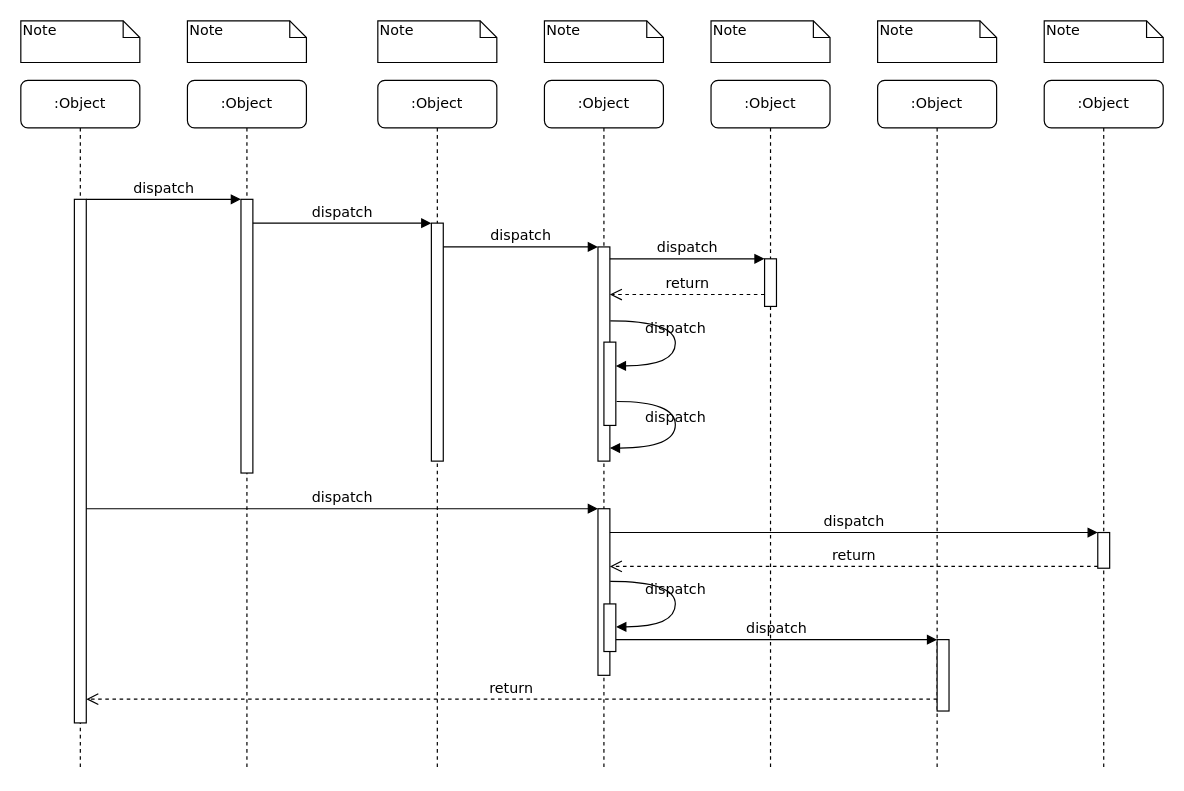
Earlier version of the draw.io diagram Untitled Diagram.drawio (airaasyahira98/project1). Source tidied: cells renumbered, new cells numbered last; positions are measured from the earlier drawing's top-left corner, leaving out a move shared by most shapes. Both pictures are drawn from the tidied source at 119%, with x=0, y=0 at pixel (20, 20).
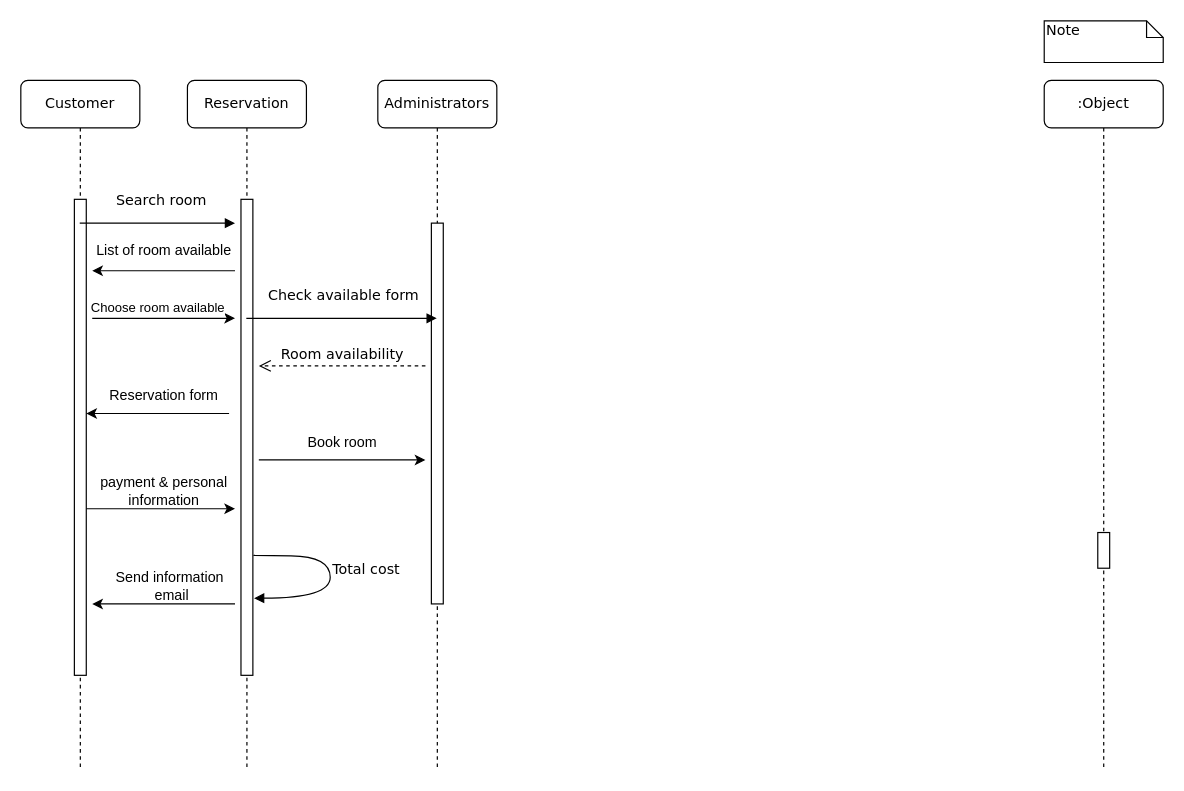
The same page after the edit.

Unchanged cells that the change refers to:
```xml
<mxCell id="19" style="html=1;points=[];perimeter=orthogonalPerimeter;rounded=0;shadow=0;comic=0;labelBackgroundColor=none;strokeColor=#000000;strokeWidth=1;fillColor=#FFFFFF;fontFamily=Verdana;fontSize=12;fontColor=#000000;align=center;" parent="1" vertex="1">
  <mxGeometry x="905" y="430" width="10" height="30" as="geometry" />
</mxCell>
```

Diff of the diagram source:
```diff
@@
-    <mxCell id="2" value=":Object" style="shape=umlLifeline;perimeter=lifelinePerimeter;whiteSpace=wrap;html=1;outlineConnect=0;rounded=1;shadow=0;comic=0;labelBackgroundColor=none;strokeWidth=1;fontFamily=Verdana;fontSize=12;align=center;" parent="1" vertex="1">
+    <mxCell id="2" value="Reservation" style="shape=umlLifeline;perimeter=lifelinePerimeter;whiteSpace=wrap;html=1;outlineConnect=0;rounded=1;shadow=0;comic=0;labelBackgroundColor=none;strokeWidth=1;fontFamily=Verdana;fontSize=12;align=center;" parent="1" vertex="1">
       <mxGeometry x="140" y="50" width="100" height="580" as="geometry" />
     </mxCell>
     <mxCell id="3" style="html=1;points=[];perimeter=orthogonalPerimeter;rounded=0;shadow=0;comic=0;labelBackgroundColor=none;strokeWidth=1;fontFamily=Verdana;fontSize=12;align=center;" parent="2" vertex="1">
-      <mxGeometry x="45" y="100" width="10" height="230" as="geometry" />
+      <mxGeometry x="45" y="100" width="10" height="400" as="geometry" />
     </mxCell>
+    <mxCell id="28" value="Total cost" style="html=1;verticalAlign=bottom;endArrow=block;labelBackgroundColor=none;fontFamily=Verdana;fontSize=12;elbow=vertical;edgeStyle=orthogonalEdgeStyle;curved=1;entryX=1.1;entryY=0.838;entryDx=0;entryDy=0;entryPerimeter=0;exitX=1.1;exitY=0.748;exitDx=0;exitDy=0;exitPerimeter=0;" parent="2" edge="1" source="3" target="3">
+      <mxGeometry x="0.05" y="30" relative="1" as="geometry">
+        <Array as="points">
+          <mxPoint x="54" y="399" />
+          <mxPoint x="120" y="400" />
+          <mxPoint x="120" y="435" />
+        </Array>
+      </mxGeometry>
+    </mxCell>
-    <mxCell id="4" value=":Object" style="shape=umlLifeline;perimeter=lifelinePerimeter;whiteSpace=wrap;html=1;outlineConnect=0;rounded=1;shadow=0;comic=0;labelBackgroundColor=none;strokeWidth=1;fontFamily=Verdana;fontSize=12;align=center;" parent="1" vertex="1">
+    <mxCell id="4" value="Administrators" style="shape=umlLifeline;perimeter=lifelinePerimeter;whiteSpace=wrap;html=1;outlineConnect=0;rounded=1;shadow=0;comic=0;labelBackgroundColor=none;strokeWidth=1;fontFamily=Verdana;fontSize=12;align=center;" parent="1" vertex="1">
       <mxGeometry x="300" y="50" width="100" height="580" as="geometry" />
     </mxCell>
     <mxCell id="5" style="html=1;points=[];perimeter=orthogonalPerimeter;rounded=0;shadow=0;comic=0;labelBackgroundColor=none;strokeWidth=1;fontFamily=Verdana;fontSize=12;align=center;" parent="4" vertex="1">
-      <mxGeometry x="45" y="120" width="10" height="200" as="geometry" />
+      <mxGeometry x="45" y="120" width="10" height="320" as="geometry" />
     </mxCell>
-    <mxCell id="6" value=":Object" style="shape=umlLifeline;perimeter=lifelinePerimeter;whiteSpace=wrap;html=1;rounded=1;shadow=0;comic=0;labelBackgroundColor=none;strokeWidth=1;fontFamily=Verdana;fontSize=12;align=center;" parent="1" vertex="1">
-      <mxGeometry x="440" y="50" width="100" height="580" as="geometry" />
-    </mxCell>
-    <mxCell id="7" value=":Object" style="shape=umlLifeline;perimeter=lifelinePerimeter;whiteSpace=wrap;html=1;rounded=1;shadow=0;comic=0;labelBackgroundColor=none;strokeWidth=1;fontFamily=Verdana;fontSize=12;align=center;" parent="1" vertex="1">
-      <mxGeometry x="580" y="50" width="100" height="580" as="geometry" />
-    </mxCell>
-    <mxCell id="8" value=":Object" style="shape=umlLifeline;perimeter=lifelinePerimeter;whiteSpace=wrap;html=1;rounded=1;shadow=0;comic=0;labelBackgroundColor=none;strokeWidth=1;fontFamily=Verdana;fontSize=12;align=center;" parent="1" vertex="1">
-      <mxGeometry x="720" y="50" width="100" height="580" as="geometry" />
-    </mxCell>
+    <mxCell id="39" style="edgeStyle=none;orthogonalLoop=1;jettySize=auto;html=1;rounded=0;" parent="4" edge="1">
+      <mxGeometry relative="1" as="geometry">
+        <mxPoint x="-100" y="319" as="sourcePoint" />
+        <mxPoint x="40" y="319" as="targetPoint" />
+      </mxGeometry>
+    </mxCell>
@@
-    <mxCell id="10" value=":Object" style="shape=umlLifeline;perimeter=lifelinePerimeter;whiteSpace=wrap;html=1;outlineConnect=0;rounded=1;shadow=0;comic=0;labelBackgroundColor=none;strokeWidth=1;fontFamily=Verdana;fontSize=12;align=center;" parent="1" vertex="1">
+    <mxCell id="10" value="Customer" style="shape=umlLifeline;perimeter=lifelinePerimeter;whiteSpace=wrap;html=1;outlineConnect=0;rounded=1;shadow=0;comic=0;labelBackgroundColor=none;strokeWidth=1;fontFamily=Verdana;fontSize=12;align=center;" parent="1" vertex="1">
       <mxGeometry y="50" width="100" height="580" as="geometry" />
     </mxCell>
     <mxCell id="11" style="html=1;points=[];perimeter=orthogonalPerimeter;rounded=0;shadow=0;comic=0;labelBackgroundColor=none;strokeWidth=1;fontFamily=Verdana;fontSize=12;align=center;" parent="10" vertex="1">
-      <mxGeometry x="45" y="100" width="10" height="440" as="geometry" />
+      <mxGeometry x="45" y="100" width="10" height="400" as="geometry" />
     </mxCell>
-    <mxCell id="12" style="html=1;points=[];perimeter=orthogonalPerimeter;rounded=0;shadow=0;comic=0;labelBackgroundColor=none;strokeWidth=1;fontFamily=Verdana;fontSize=12;align=center;" parent="1" vertex="1">
-      <mxGeometry x="485" y="190" width="10" height="180" as="geometry" />
-    </mxCell>
-    <mxCell id="13" value="dispatch" style="html=1;verticalAlign=bottom;endArrow=block;labelBackgroundColor=none;fontFamily=Verdana;fontSize=12;edgeStyle=elbowEdgeStyle;elbow=vertical;" parent="1" edge="1" source="5" target="12">
-      <mxGeometry relative="1" as="geometry">
-        <Array as="points">
-          <mxPoint x="360" y="190" />
-        </Array>
-      </mxGeometry>
-    </mxCell>
-    <mxCell id="14" style="html=1;points=[];perimeter=orthogonalPerimeter;rounded=0;shadow=0;comic=0;labelBackgroundColor=none;strokeWidth=1;fontFamily=Verdana;fontSize=12;align=center;" parent="1" vertex="1">
-      <mxGeometry x="625" y="200" width="10" height="40" as="geometry" />
-    </mxCell>
-    <mxCell id="15" value="dispatch" style="html=1;verticalAlign=bottom;endArrow=block;entryX=0;entryY=0;labelBackgroundColor=none;fontFamily=Verdana;fontSize=12;edgeStyle=elbowEdgeStyle;elbow=vertical;" parent="1" edge="1" source="12" target="14">
-      <mxGeometry relative="1" as="geometry" />
-    </mxCell>
-    <mxCell id="16" value="return" style="html=1;verticalAlign=bottom;endArrow=open;dashed=1;endSize=8;labelBackgroundColor=none;fontFamily=Verdana;fontSize=12;edgeStyle=elbowEdgeStyle;elbow=vertical;" parent="1" edge="1" source="14" target="12">
+    <mxCell id="16" value="Room availability" style="html=1;verticalAlign=bottom;endArrow=open;dashed=1;endSize=8;labelBackgroundColor=none;fontFamily=Verdana;fontSize=12;edgeStyle=elbowEdgeStyle;elbow=vertical;" parent="1" edge="1">
       <mxGeometry relative="1" as="geometry">
+        <mxPoint x="340" y="290" as="sourcePoint" />
+        <mxPoint x="200" y="290" as="targetPoint" />
         <Array as="points">
-          <mxPoint x="570" y="230" />
-          <mxPoint x="600" y="230" />
+          <mxPoint x="280" y="290" />
+          <mxPoint x="310" y="290" />
         </Array>
       </mxGeometry>
     </mxCell>
-    <mxCell id="17" style="html=1;points=[];perimeter=orthogonalPerimeter;rounded=0;shadow=0;comic=0;labelBackgroundColor=none;strokeWidth=1;fontFamily=Verdana;fontSize=12;align=center;" parent="1" vertex="1">
-      <mxGeometry x="485" y="410" width="10" height="140" as="geometry" />
-    </mxCell>
-    <mxCell id="18" value="dispatch" style="html=1;verticalAlign=bottom;endArrow=block;entryX=0;entryY=0;labelBackgroundColor=none;fontFamily=Verdana;fontSize=12;" parent="1" edge="1" source="11" target="17">
-      <mxGeometry relative="1" as="geometry" />
-    </mxCell>
@@
-    <mxCell id="20" value="dispatch" style="html=1;verticalAlign=bottom;endArrow=block;entryX=0;entryY=0;labelBackgroundColor=none;fontFamily=Verdana;fontSize=12;" parent="1" edge="1" source="17" target="19">
-      <mxGeometry relative="1" as="geometry" />
-    </mxCell>
-    <mxCell id="21" value="return" style="html=1;verticalAlign=bottom;endArrow=open;dashed=1;endSize=8;exitX=0;exitY=0.95;labelBackgroundColor=none;fontFamily=Verdana;fontSize=12;" parent="1" edge="1" source="19" target="17">
-      <mxGeometry relative="1" as="geometry" />
-    </mxCell>
-    <mxCell id="22" style="html=1;points=[];perimeter=orthogonalPerimeter;rounded=0;shadow=0;comic=0;labelBackgroundColor=none;strokeWidth=1;fontFamily=Verdana;fontSize=12;align=center;" parent="1" vertex="1">
-      <mxGeometry x="770" y="520" width="10" height="60" as="geometry" />
-    </mxCell>
-    <mxCell id="23" value="dispatch" style="html=1;verticalAlign=bottom;endArrow=block;entryX=0;entryY=0;labelBackgroundColor=none;fontFamily=Verdana;fontSize=12;edgeStyle=elbowEdgeStyle;elbow=vertical;" parent="1" edge="1" source="30" target="22">
-      <mxGeometry relative="1" as="geometry" />
-    </mxCell>
-    <mxCell id="24" value="return" style="html=1;verticalAlign=bottom;endArrow=open;dashed=1;endSize=8;labelBackgroundColor=none;fontFamily=Verdana;fontSize=12;edgeStyle=elbowEdgeStyle;elbow=vertical;" parent="1" edge="1" source="22" target="11">
-      <mxGeometry relative="1" as="geometry">
-        <Array as="points">
-          <mxPoint x="470" y="570" />
-        </Array>
-      </mxGeometry>
-    </mxCell>
-    <mxCell id="25" value="dispatch" style="html=1;verticalAlign=bottom;endArrow=block;entryX=0;entryY=0;labelBackgroundColor=none;fontFamily=Verdana;fontSize=12;edgeStyle=elbowEdgeStyle;elbow=vertical;" parent="1" edge="1" source="11" target="3">
-      <mxGeometry relative="1" as="geometry" />
+    <mxCell id="25" value="Search room" style="html=1;verticalAlign=bottom;endArrow=block;labelBackgroundColor=none;fontFamily=Verdana;fontSize=12;edgeStyle=elbowEdgeStyle;elbow=vertical;" parent="1" edge="1" source="10">
+      <mxGeometry x="0.04" y="10" relative="1" as="geometry">
+        <mxPoint x="180" y="170" as="targetPoint" />
+        <Array as="points">
+          <mxPoint x="120" y="170" />
+        </Array>
+      </mxGeometry>
     </mxCell>
-    <mxCell id="26" value="dispatch" style="html=1;verticalAlign=bottom;endArrow=block;entryX=0;entryY=0;labelBackgroundColor=none;fontFamily=Verdana;fontSize=12;edgeStyle=elbowEdgeStyle;elbow=vertical;" parent="1" edge="1" source="3" target="5">
-      <mxGeometry relative="1" as="geometry" />
+    <mxCell id="26" value="Check available form" style="html=1;verticalAlign=bottom;endArrow=block;labelBackgroundColor=none;fontFamily=Verdana;fontSize=12;edgeStyle=elbowEdgeStyle;elbow=vertical;" parent="1" edge="1" source="2" target="4">
+      <mxGeometry x="0.01" y="10" relative="1" as="geometry">
+        <Array as="points">
+          <mxPoint x="250" y="250" />
+          <mxPoint x="280" y="210" />
+          <mxPoint x="210" y="210" />
+          <mxPoint x="270" y="210" />
+        </Array>
+      </mxGeometry>
     </mxCell>
-    <mxCell id="27" style="html=1;points=[];perimeter=orthogonalPerimeter;rounded=0;shadow=0;comic=0;labelBackgroundColor=none;strokeWidth=1;fontFamily=Verdana;fontSize=12;align=center;" parent="1" vertex="1">
-      <mxGeometry x="490" y="270" width="10" height="70" as="geometry" />
-    </mxCell>
-    <mxCell id="28" value="dispatch" style="html=1;verticalAlign=bottom;endArrow=block;labelBackgroundColor=none;fontFamily=Verdana;fontSize=12;elbow=vertical;edgeStyle=orthogonalEdgeStyle;curved=1;entryX=1;entryY=0.286;entryPerimeter=0;exitX=1.038;exitY=0.345;exitPerimeter=0;" parent="1" edge="1" source="12" target="27">
-      <mxGeometry relative="1" as="geometry">
-        <Array as="points">
-          <mxPoint x="550" y="252" />
-          <mxPoint x="550" y="290" />
-        </Array>
-      </mxGeometry>
-    </mxCell>
-    <mxCell id="29" value="dispatch" style="html=1;verticalAlign=bottom;endArrow=block;labelBackgroundColor=none;fontFamily=Verdana;fontSize=12;elbow=vertical;edgeStyle=orthogonalEdgeStyle;curved=1;exitX=1.066;exitY=0.713;exitPerimeter=0;" parent="1" edge="1" source="27">
-      <mxGeometry relative="1" as="geometry">
-        <mxPoint x="495" y="359" as="targetPoint" />
-        <Array as="points">
-          <mxPoint x="550" y="320" />
-          <mxPoint x="550" y="359" />
-        </Array>
-      </mxGeometry>
-    </mxCell>
-    <mxCell id="30" style="html=1;points=[];perimeter=orthogonalPerimeter;rounded=0;shadow=0;comic=0;labelBackgroundColor=none;strokeWidth=1;fontFamily=Verdana;fontSize=12;align=center;" parent="1" vertex="1">
-      <mxGeometry x="490" y="490" width="10" height="40" as="geometry" />
-    </mxCell>
-    <mxCell id="31" value="dispatch" style="html=1;verticalAlign=bottom;endArrow=block;labelBackgroundColor=none;fontFamily=Verdana;fontSize=12;elbow=vertical;edgeStyle=orthogonalEdgeStyle;curved=1;entryX=1;entryY=0.286;entryPerimeter=0;exitX=1.038;exitY=0.345;exitPerimeter=0;" parent="1" edge="1">
-      <mxGeometry relative="1" as="geometry">
-        <mxPoint x="495.3" y="471" as="sourcePoint" />
-        <mxPoint x="500.3" y="509.3" as="targetPoint" />
-        <Array as="points">
-          <mxPoint x="550" y="471" />
-          <mxPoint x="550" y="509" />
-        </Array>
-      </mxGeometry>
-    </mxCell>
-    <mxCell id="32" value="Note" style="shape=note;whiteSpace=wrap;html=1;size=14;verticalAlign=top;align=left;spacingTop=-6;rounded=0;shadow=0;comic=0;labelBackgroundColor=none;strokeWidth=1;fontFamily=Verdana;fontSize=12;" parent="1" vertex="1">
-      <mxGeometry width="100" height="35" as="geometry" />
-    </mxCell>
-    <mxCell id="33" value="Note" style="shape=note;whiteSpace=wrap;html=1;size=14;verticalAlign=top;align=left;spacingTop=-6;rounded=0;shadow=0;comic=0;labelBackgroundColor=none;strokeWidth=1;fontFamily=Verdana;fontSize=12;" parent="1" vertex="1">
-      <mxGeometry x="140" width="100" height="35" as="geometry" />
-    </mxCell>
-    <mxCell id="34" value="Note" style="shape=note;whiteSpace=wrap;html=1;size=14;verticalAlign=top;align=left;spacingTop=-6;rounded=0;shadow=0;comic=0;labelBackgroundColor=none;strokeWidth=1;fontFamily=Verdana;fontSize=12;" parent="1" vertex="1">
-      <mxGeometry x="300" width="100" height="35" as="geometry" />
-    </mxCell>
-    <mxCell id="35" value="Note" style="shape=note;whiteSpace=wrap;html=1;size=14;verticalAlign=top;align=left;spacingTop=-6;rounded=0;shadow=0;comic=0;labelBackgroundColor=none;strokeWidth=1;fontFamily=Verdana;fontSize=12;" parent="1" vertex="1">
-      <mxGeometry x="440" width="100" height="35" as="geometry" />
-    </mxCell>
-    <mxCell id="36" value="Note" style="shape=note;whiteSpace=wrap;html=1;size=14;verticalAlign=top;align=left;spacingTop=-6;rounded=0;shadow=0;comic=0;labelBackgroundColor=none;strokeWidth=1;fontFamily=Verdana;fontSize=12;" parent="1" vertex="1">
-      <mxGeometry x="580" width="100" height="35" as="geometry" />
-    </mxCell>
-    <mxCell id="37" value="Note" style="shape=note;whiteSpace=wrap;html=1;size=14;verticalAlign=top;align=left;spacingTop=-6;rounded=0;shadow=0;comic=0;labelBackgroundColor=none;strokeWidth=1;fontFamily=Verdana;fontSize=12;" parent="1" vertex="1">
-      <mxGeometry x="720" width="100" height="35" as="geometry" />
-    </mxCell>
@@
+    <mxCell id="40" style="edgeStyle=none;orthogonalLoop=1;jettySize=auto;html=1;rounded=0;" parent="1" edge="1">
+      <mxGeometry relative="1" as="geometry">
+        <mxPoint x="60" y="250" as="sourcePoint" />
+        <mxPoint x="180" y="250" as="targetPoint" />
+      </mxGeometry>
+    </mxCell>
+    <mxCell id="41" value="Choose room available" style="edgeLabel;html=1;align=center;verticalAlign=middle;" parent="40" vertex="1">
+      <mxGeometry x="0.28" y="2" relative="1" as="geometry">
+        <mxPoint x="-23" y="-8" as="offset" />
+      </mxGeometry>
+    </mxCell>
+    <mxCell id="42" style="edgeStyle=none;orthogonalLoop=1;jettySize=auto;html=1;rounded=0;" parent="1" edge="1">
+      <mxGeometry relative="1" as="geometry">
+        <mxPoint x="180" y="210" as="sourcePoint" />
+        <mxPoint x="60" y="210" as="targetPoint" />
+      </mxGeometry>
+    </mxCell>
+    <mxCell id="43" value="List of room available" style="text;html=1;align=center;verticalAlign=middle;strokeColor=none;fillColor=none;" parent="1" vertex="1">
+      <mxGeometry x="50" y="178" width="140" height="30" as="geometry" />
+    </mxCell>
+    <mxCell id="44" value="Book room" style="text;html=1;align=center;verticalAlign=middle;strokeColor=none;fillColor=none;" parent="1" vertex="1">
+      <mxGeometry x="230" y="340" width="80" height="30" as="geometry" />
+    </mxCell>
+    <mxCell id="45" style="edgeStyle=none;orthogonalLoop=1;jettySize=auto;html=1;rounded=0;" parent="1" edge="1">
+      <mxGeometry relative="1" as="geometry">
+        <mxPoint x="55" y="410" as="sourcePoint" />
+        <mxPoint x="180" y="410" as="targetPoint" />
+      </mxGeometry>
+    </mxCell>
+    <mxCell id="46" value="Reservation form" style="text;html=1;align=center;verticalAlign=middle;strokeColor=none;fillColor=none;" parent="1" vertex="1">
+      <mxGeometry x="65" y="300" width="110" height="30" as="geometry" />
+    </mxCell>
+    <mxCell id="47" value="&lt;font style=&quot;font-size: 12px;&quot;&gt;payment &amp;amp; personal &lt;br&gt;information&lt;/font&gt;" style="text;html=1;align=center;verticalAlign=middle;strokeColor=none;fillColor=none;" parent="1" vertex="1">
+      <mxGeometry x="55" y="375" width="130" height="40" as="geometry" />
+    </mxCell>
+    <mxCell id="48" style="edgeStyle=none;orthogonalLoop=1;jettySize=auto;html=1;rounded=0;" parent="1" edge="1">
+      <mxGeometry relative="1" as="geometry">
+        <mxPoint x="180" y="490" as="sourcePoint" />
+        <mxPoint x="60" y="490" as="targetPoint" />
+        <Array as="points">
+          <mxPoint x="110" y="490" />
+        </Array>
+      </mxGeometry>
+    </mxCell>
+    <mxCell id="49" value="Send information&lt;br&gt;&amp;nbsp;email" style="text;html=1;align=center;verticalAlign=middle;strokeColor=none;fillColor=none;" parent="1" vertex="1">
+      <mxGeometry x="70" y="455" width="110" height="40" as="geometry" />
+    </mxCell>
+    <mxCell id="50" style="edgeStyle=none;orthogonalLoop=1;jettySize=auto;html=1;rounded=0;" parent="1" edge="1">
+      <mxGeometry relative="1" as="geometry">
+        <mxPoint x="175" y="330" as="sourcePoint" />
+        <mxPoint x="55" y="330" as="targetPoint" />
+        <Array as="points">
+          <mxPoint x="165" y="330" />
+        </Array>
+      </mxGeometry>
+    </mxCell>
```
